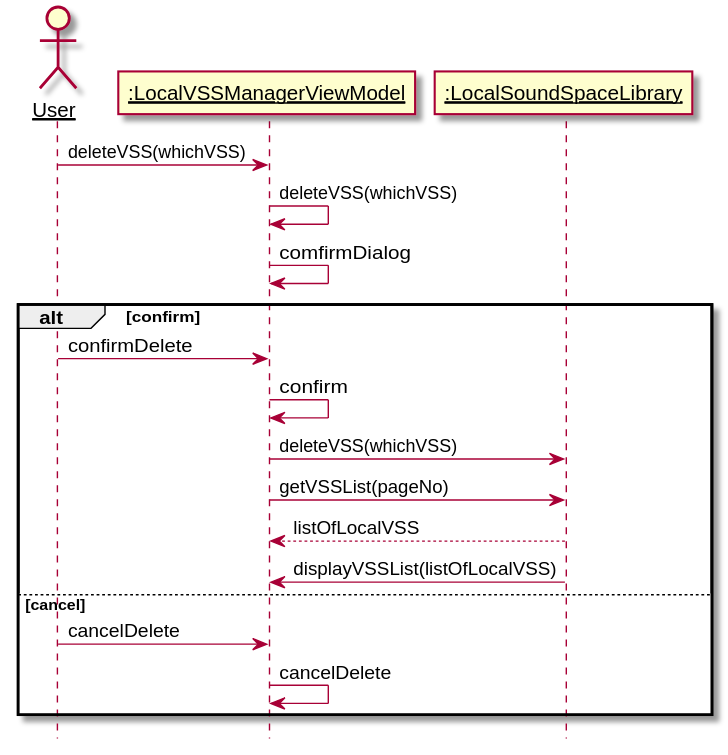
kpp19920121/doc keeps this PlantUML diagram as 设计/Diagrams/DeleteVSS.svg. Above is the earlier version.
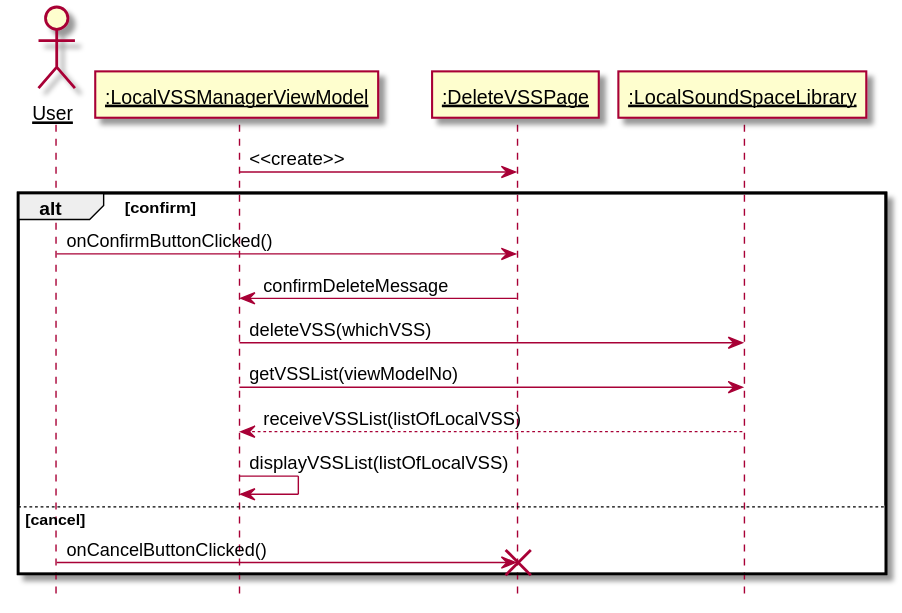
Later version of the same file.

Diff of the diagram source:
```diff
@@ -3,23 +3,21 @@
 skinparam sequenceParticipant underline
 
 actor User as user
-participant ":LocalVSSManagerViewModel" as page
+participant ":LocalVSSManagerViewModel" as viewModel
+participant ":DeleteVSSPage" as page
 participant ":LocalSoundSpaceLibrary" as library
 
-user -> page: deleteVSS(whichVSS)
-page -> page: deleteVSS(whichVSS)
-page -> page: comfirmDialog
+viewModel -> page: <<create>>
 alt confirm
-    user -> page: confirmDelete
-    page -> page: confirm
-    page -> library: deleteVSS(whichVSS)
-    page -> library: getVSSList(pageNo)
-    library --> page: listOfLocalVSS
-    library -> page: displayVSSList(listOfLocalVSS)
+    user -> page: onConfirmButtonClicked()
+    page -> viewModel: confirmDeleteMessage
+    viewModel -> library: deleteVSS(whichVSS)
+    viewModel -> library: getVSSList(viewModelNo)
+    library --> viewModel: receiveVSSList(listOfLocalVSS)
+    viewModel -> viewModel: displayVSSList(listOfLocalVSS)
 else cancel
-    user -> page: cancelDelete
-    page -> page: cancelDelete
+    user -> page: onCancelButtonClicked()
+    destroy page
 end
 
-
 @enduml
```
